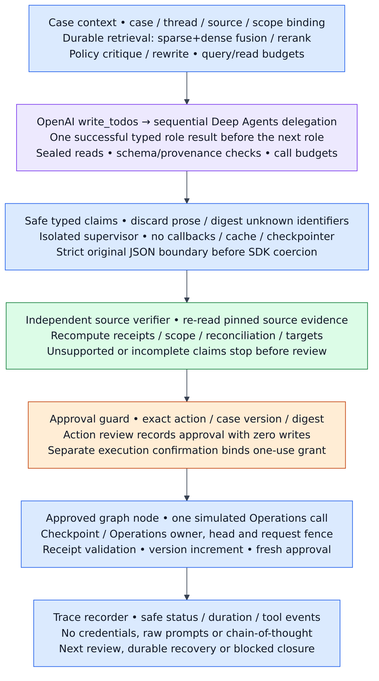
Above: docs/images/05_middleware_lifecycle.png in nagarjunakanamarlapudi/reacall-agents (Mermaid), before the change. Its source is kept beside it as docs/images/05_middleware_lifecycle.mmd.
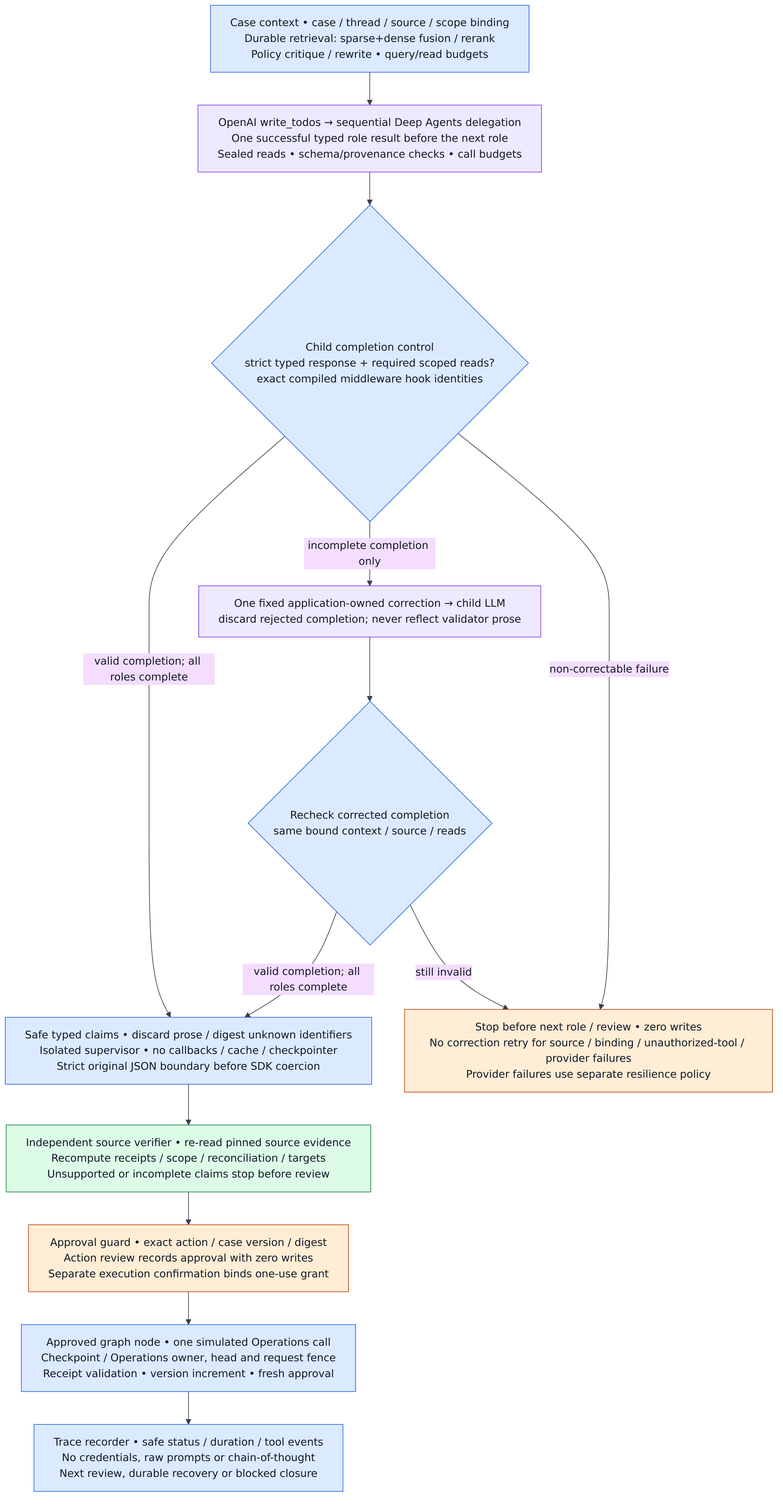
The same file after the commit.

Diff of the diagram source:
```diff
@@ -6,9 +6,19 @@
   classDef safe fill:#dcfce7,stroke:#15803d,color:#111827
   CTX["Case context • case / thread / source / scope binding<br/>Durable retrieval: sparse+dense fusion / rerank<br/>Policy critique / rewrite • query/read budgets"]:::hook
   MODEL["OpenAI write_todos → sequential Deep Agents delegation<br/>One successful typed role result before the next role<br/>Sealed reads • schema/provenance checks • call budgets"]:::llm
+  CHECK{"Child completion control<br/>strict typed response + required scoped reads?<br/>exact compiled middleware hook identities"}:::hook
+  CORRECT["One fixed application-owned correction → child LLM<br/>discard rejected completion; never reflect validator prose"]:::llm
+  RECHECK{"Recheck corrected completion<br/>same bound context / source / reads"}:::hook
+  STOP["Stop before next role / review • zero writes<br/>No correction retry for source / binding / unauthorized-tool / provider failures<br/>Provider failures use separate resilience policy"]:::safety
   CLAIMS["Safe typed claims • discard prose / digest unknown identifiers<br/>Isolated supervisor • no callbacks / cache / checkpointer<br/>Strict original JSON boundary before SDK coercion"]:::hook
   VERIFY["Independent source verifier • re-read pinned source evidence<br/>Recompute receipts / scope / reconciliation / targets<br/>Unsupported or incomplete claims stop before review"]:::safe
   REVIEW["Approval guard • exact action / case version / digest<br/>Action review records approval with zero writes<br/>Separate execution confirmation binds one-use grant"]:::safety
   WRITE["Approved graph node • one simulated Operations call<br/>Checkpoint / Operations owner, head and request fence<br/>Receipt validation • version increment • fresh approval"]:::hook
   TRACE["Trace recorder • safe status / duration / tool events<br/>No credentials, raw prompts or chain-of-thought<br/>Next review, durable recovery or blocked closure"]:::hook
-  CTX --> MODEL --> CLAIMS --> VERIFY --> REVIEW --> WRITE --> TRACE
+  CTX --> MODEL --> CHECK
+  CHECK -->|valid completion; all roles complete| CLAIMS
+  CHECK -->|incomplete completion only| CORRECT --> RECHECK
+  RECHECK -->|valid completion; all roles complete| CLAIMS
+  RECHECK -->|still invalid| STOP
+  CHECK -->|non-correctable failure| STOP
+  CLAIMS --> VERIFY --> REVIEW --> WRITE --> TRACE
```
